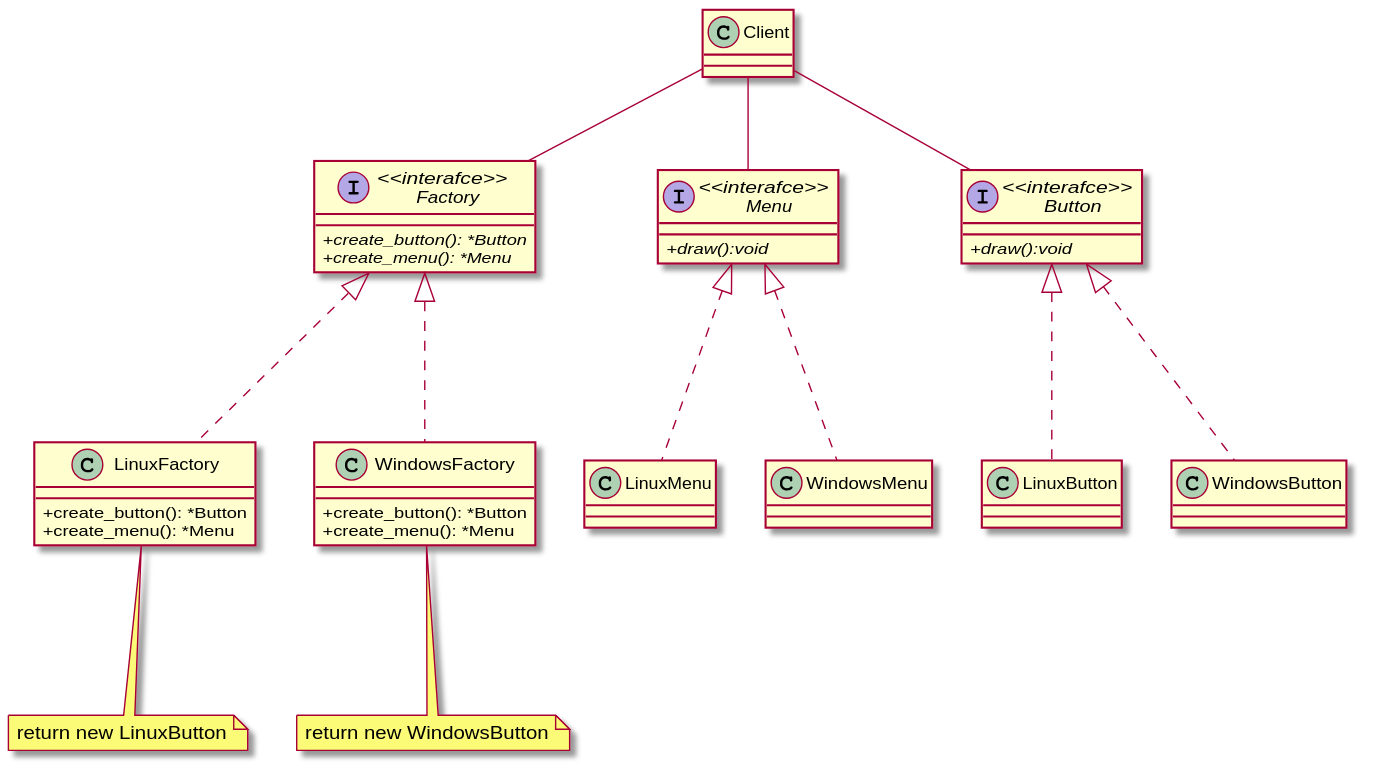
Before: DesignPatern/src/Creational/diagrams/abstract_factory.svg, a diagram exported from PlantUML (behnamasadi/software_engineering).
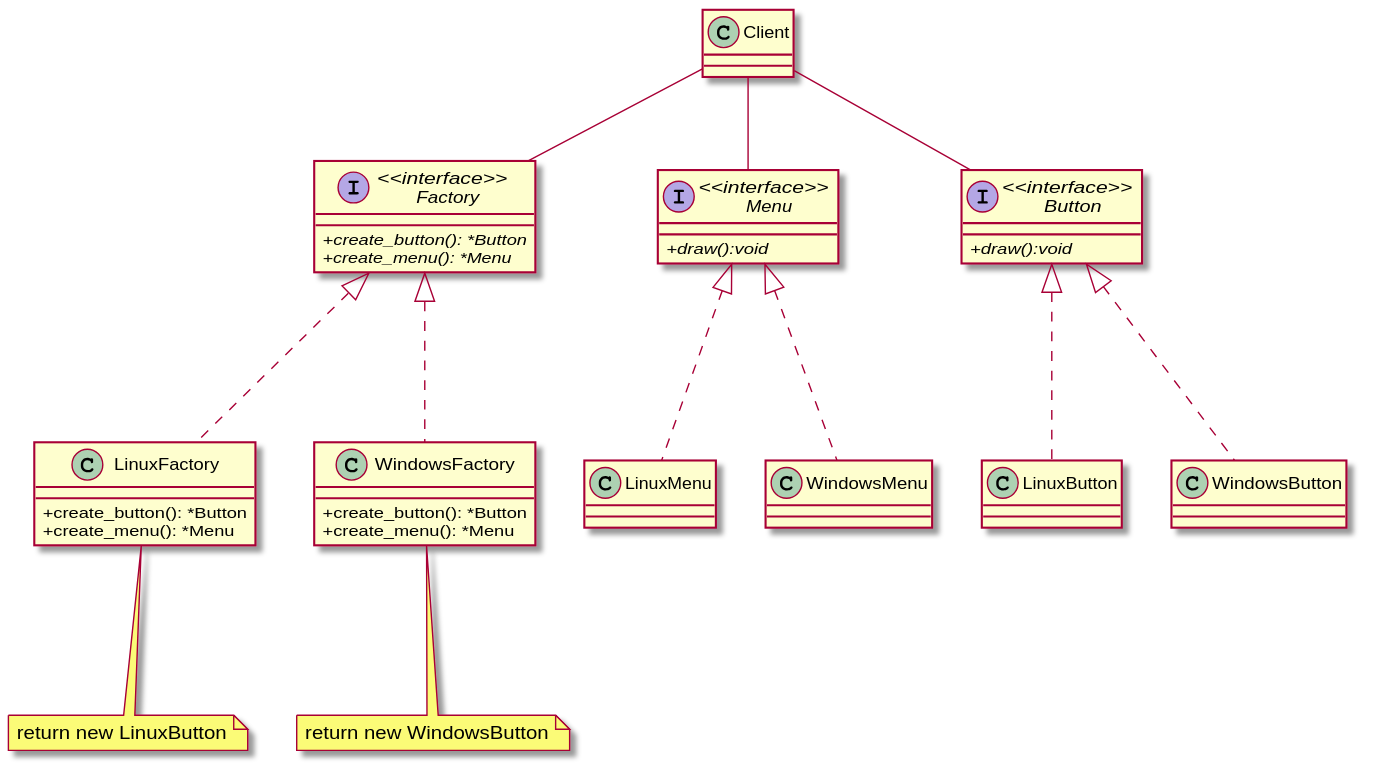
Above is the later version.

Commit message:
typo in interafce -> interface

What changed in the source:
```diff
@@ -1,12 +1,12 @@
 @startuml
 skinparam classAttributeIconSize 0
 
-interface "<<interafce>> \n Button" as Button
+interface "<<interface>> \n Button" as Button
 {
 +{abstract}  draw():void
 }
 
-interface "<<interafce>> \n Menu" as Menu
+interface "<<interface>> \n Menu" as Menu
 {
 +{abstract}  draw():void
 }
@@ -16,7 +16,7 @@
 class WindowsButton{}
 class WindowsMenu{}
 
-interface "<<interafce>> \n Factory" as Factory
+interface "<<interface>> \n Factory" as Factory
 {
     +{abstract} create_button(): *Button
     +{abstract} create_menu(): *Menu
```
